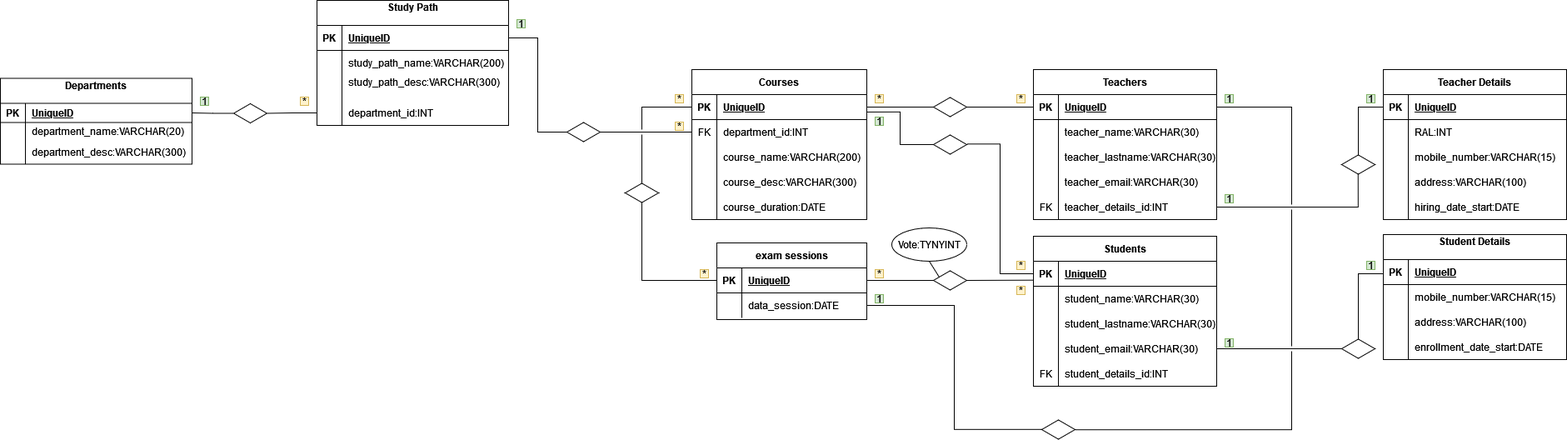
The draw.io diagram University.drawio.png in EgidioSperanza/db-university, before a commit. Source tidied: cells renumbered, new cells last; positions are measured from the earlier drawing's top-left corner, leaving out a move shared by most shapes.
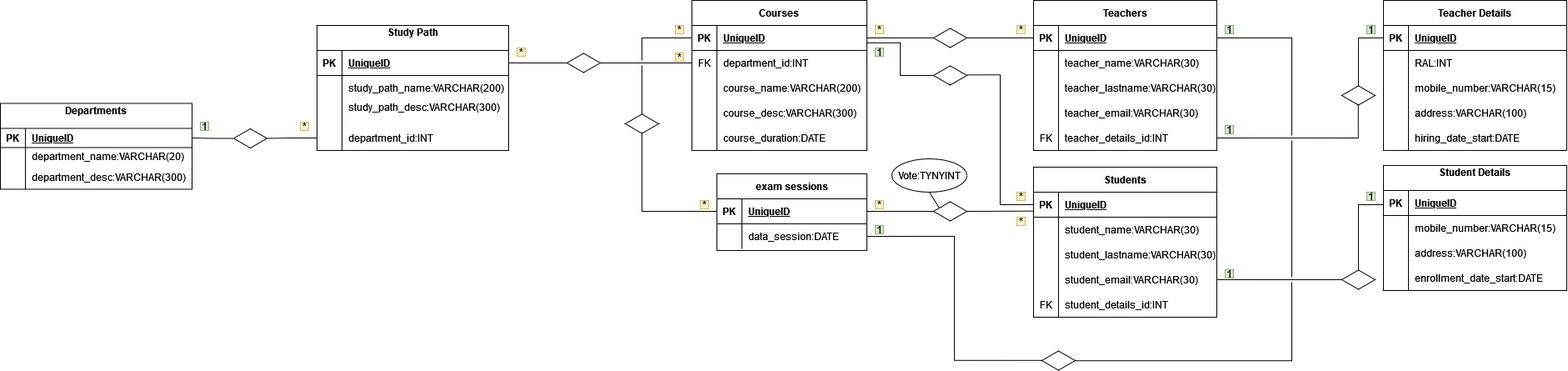
Above is the later version.

Commit message:
Fixed course * to study_path

Change to the diagram source:
```diff
@@ -3,7 +3,7 @@
     <mxCell id="0" />
     <mxCell id="1" parent="0" />
     <mxCell id="2" value="Study Path&#10;" style="shape=table;startSize=30;rowLines=0;fontStyle=1;align=center;" parent="1" vertex="1">
-      <mxGeometry x="380" width="230" height="150" as="geometry" />
+      <mxGeometry x="380" y="113" width="230" height="150" as="geometry" />
     </mxCell>
     <mxCell id="3" style="shape=partialRectangle;fillColor=none;top=0;left=0;bottom=1;right=0;points=[[0,0.5],[1,0.5]];portConstraint=eastwest;" parent="2" vertex="1">
       <mxGeometry y="30" width="230" height="30" as="geometry" />
@@ -98,9 +98,6 @@
     <mxCell id="33" style="edgeStyle=elbowEdgeStyle;elbow=horizontal;endArrow=none;html=1;rounded=0;exitX=1;exitY=0.5;exitDx=0;exitDy=0;entryX=0;entryY=0.5;entryDx=0;entryDy=0;endFill=0;" parent="1" edge="1" source="3" target="32">
       <mxGeometry relative="1" as="geometry" />
     </mxCell>
-    <mxCell id="34" value="&lt;div&gt;1&lt;/div&gt;" style="text;html=1;strokeColor=#82b366;fillColor=#d5e8d4;align=center;verticalAlign=middle;whiteSpace=wrap;rounded=0;" parent="1" vertex="1">
-      <mxGeometry x="620" y="23" width="10" height="10" as="geometry" />
-    </mxCell>
     <mxCell id="35" value="*" style="text;html=1;strokeColor=#d6b656;fillColor=#fff2cc;align=center;verticalAlign=middle;whiteSpace=wrap;rounded=0;" parent="1" vertex="1">
       <mxGeometry x="810" y="146" width="10" height="10" as="geometry" />
     </mxCell>
@@ -439,7 +436,7 @@
       </mxGeometry>
     </mxCell>
     <mxCell id="140" value="Departments&#10;" style="shape=table;startSize=30;rowLines=0;fontStyle=1;align=center;" parent="1" vertex="1">
-      <mxGeometry y="93.5" width="230" height="103" as="geometry" />
+      <mxGeometry y="206.5" width="230" height="103" as="geometry" />
     </mxCell>
     <mxCell id="141" style="shape=partialRectangle;fillColor=none;top=0;left=0;bottom=1;right=0;points=[[0,0.5],[1,0.5]];portConstraint=eastwest;" parent="140" vertex="1">
       <mxGeometry y="30" width="230" height="23" as="geometry" />
@@ -472,16 +469,19 @@
       <mxGeometry relative="1" as="geometry" />
     </mxCell>
     <mxCell id="151" value="&lt;div&gt;1&lt;/div&gt;" style="text;html=1;strokeColor=#82b366;fillColor=#d5e8d4;align=center;verticalAlign=middle;whiteSpace=wrap;rounded=0;" parent="1" vertex="1">
-      <mxGeometry x="240" y="116" width="10" height="10" as="geometry" />
+      <mxGeometry x="240" y="229" width="10" height="10" as="geometry" />
     </mxCell>
     <mxCell id="152" value="*" style="text;html=1;strokeColor=#d6b656;fillColor=#fff2cc;align=center;verticalAlign=middle;whiteSpace=wrap;rounded=0;" parent="1" vertex="1">
-      <mxGeometry x="360" y="116" width="10" height="10" as="geometry" />
+      <mxGeometry x="360" y="229" width="10" height="10" as="geometry" />
     </mxCell>
     <mxCell id="153" style="html=1;whiteSpace=wrap;shape=isoRectangle;" parent="1" vertex="1">
-      <mxGeometry x="280" y="123.5" width="40" height="24" as="geometry" />
+      <mxGeometry x="280" y="236.5" width="40" height="24" as="geometry" />
     </mxCell>
     <mxCell id="154" style="edgeStyle=orthogonalEdgeStyle;rounded=0;jettySize=auto;html=1;exitX=0;exitY=0.5;exitDx=0;exitDy=0;entryX=1;entryY=0.5;entryDx=0;entryDy=0;endArrow=none;endFill=0;" parent="1" edge="1" source="12" target="153">
       <mxGeometry relative="1" as="geometry" />
     </mxCell>
+    <mxCell id="155" value="*" style="text;html=1;strokeColor=#d6b656;fillColor=#fff2cc;align=center;verticalAlign=middle;whiteSpace=wrap;rounded=0;" parent="1" vertex="1">
+      <mxGeometry x="620" y="140" width="10" height="10" as="geometry" />
+    </mxCell>
   </root>
 </mxGraphModel>
```
